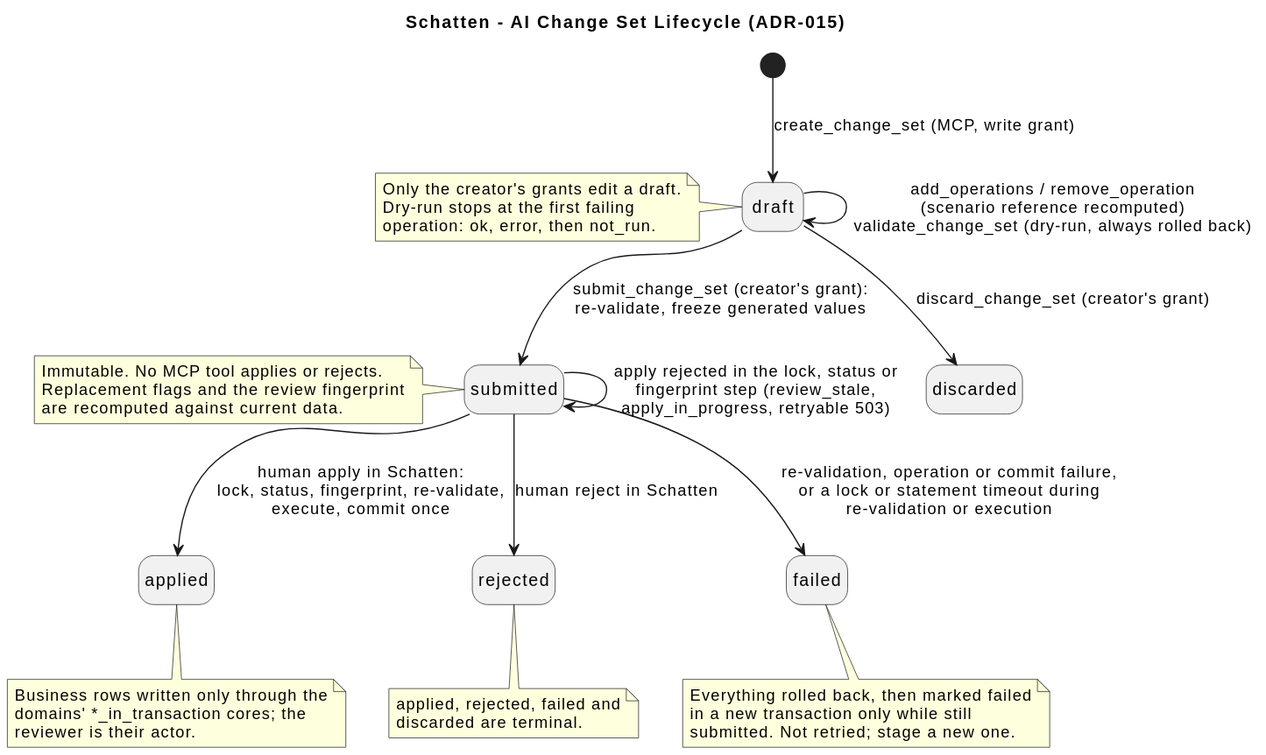
Before: docs/diagrams/generated/state-ai-change-set.svg, a diagram exported from PlantUML (lupaus-eu/shadow).
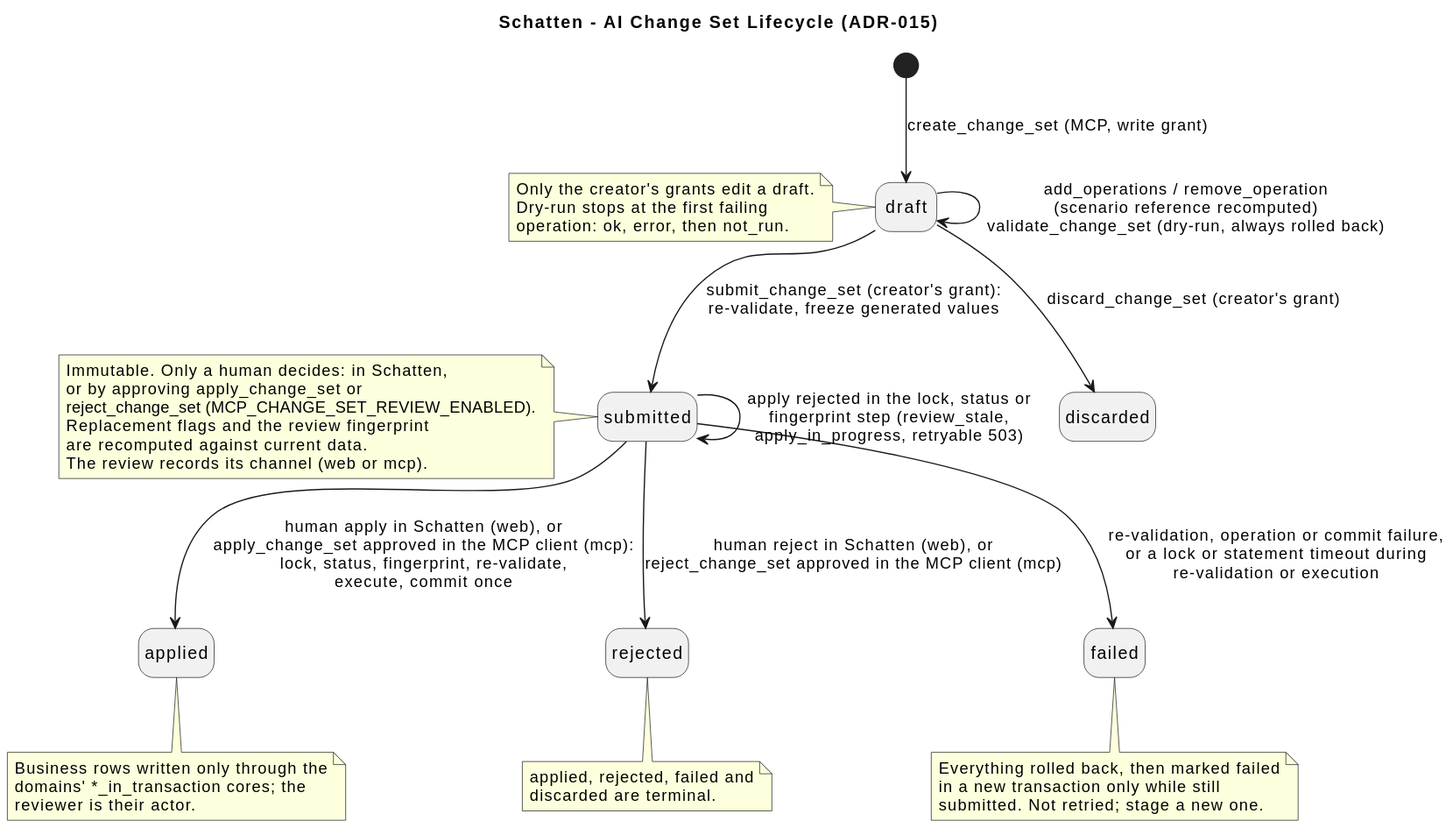
Later version of the same file.

The edit, as a diff of the source:
```diff
@@ -7,8 +7,8 @@
 draft --> draft : add_operations / remove_operation\n(scenario reference recomputed)\nvalidate_change_set (dry-run, always rolled back)
 draft --> submitted : submit_change_set (creator's grant):\nre-validate, freeze generated values
 draft --> discarded : discard_change_set (creator's grant)
-submitted --> applied : human apply in Schatten:\nlock, status, fingerprint, re-validate,\nexecute, commit once
-submitted --> rejected : human reject in Schatten
+submitted --> applied : human apply in Schatten (web), or\napply_change_set approved in the MCP client (mcp):\nlock, status, fingerprint, re-validate,\nexecute, commit once
+submitted --> rejected : human reject in Schatten (web), or\nreject_change_set approved in the MCP client (mcp)
 submitted --> failed : re-validation, operation or commit failure,\nor a lock or statement timeout during\nre-validation or execution
 submitted --> submitted : apply rejected in the lock, status or\nfingerprint step (review_stale,\napply_in_progress, retryable 503)
 
@@ -19,9 +19,12 @@
 end note
 
 note left of submitted
-  Immutable. No MCP tool applies or rejects.
+  Immutable. Only a human decides: in Schatten,
+  or by approving apply_change_set or
+  reject_change_set (MCP_CHANGE_SET_REVIEW_ENABLED).
   Replacement flags and the review fingerprint
   are recomputed against current data.
+  The review records its channel (web or mcp).
 end note
 
 note bottom of applied
```
